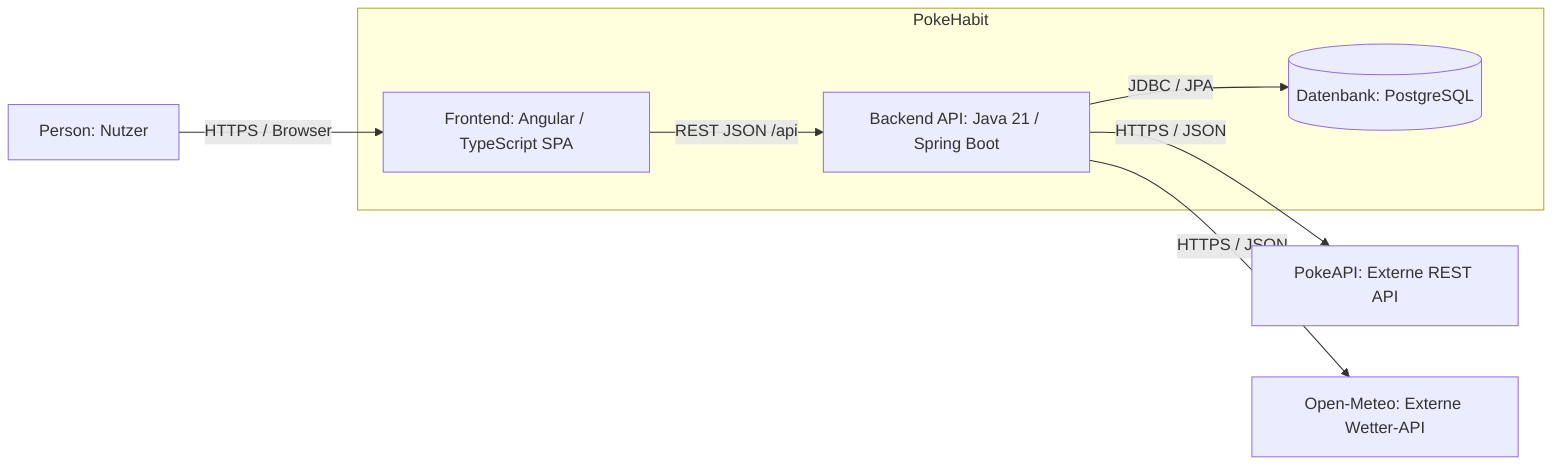
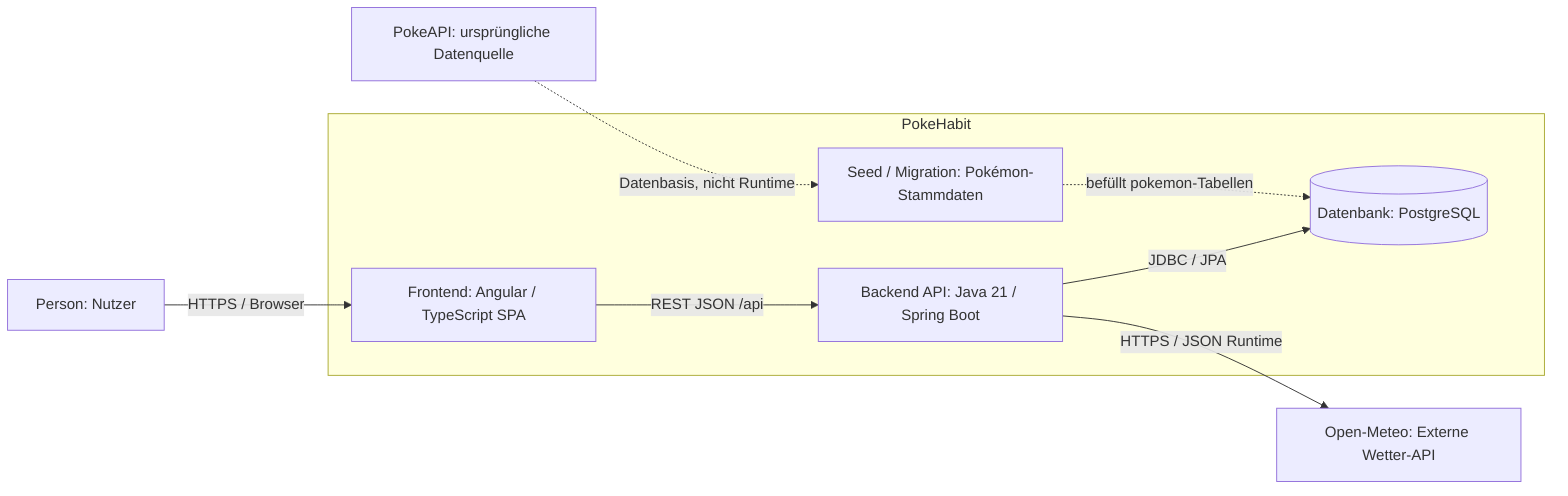
flowchart LR
    USER["Person: Nutzer"]

    subgraph APP["PokeHabit"]
        FE["Frontend: Angular / TypeScript SPA"]
        BE["Backend API: Java 21 / Spring Boot"]
        DB[(Datenbank: PostgreSQL)]
+         SEED["Seed / Migration: Pokémon-Stammdaten"]
    end

-     POKEAPI["PokeAPI: Externe REST API"]
+     POKEAPI["PokeAPI: ursprüngliche Datenquelle"]
    WEATHER["Open-Meteo: Externe Wetter-API"]

    USER -->|HTTPS / Browser| FE
    FE -->|REST JSON /api| BE
    BE -->|JDBC / JPA| DB
-     BE -->|HTTPS / JSON| POKEAPI
-     BE -->|HTTPS / JSON| WEATHER+     BE -->|HTTPS / JSON Runtime| WEATHER
+ 
+     POKEAPI -.->|Datenbasis, nicht Runtime| SEED
+     SEED -.->|befüllt pokemon-Tabellen| DB